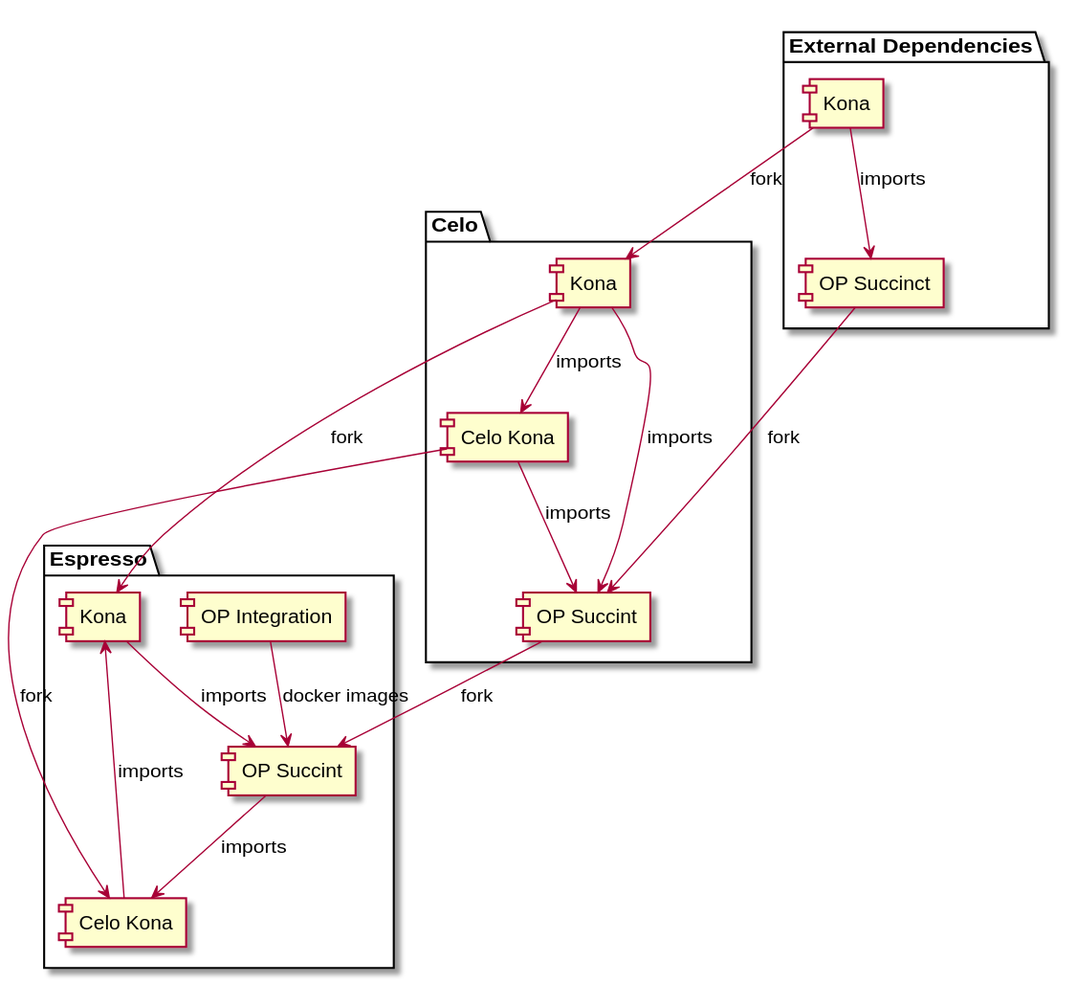
The PlantUML diagram docs/op-succint-repos.svg in EspressoSystems/optimism-espresso-integration, before a commit.
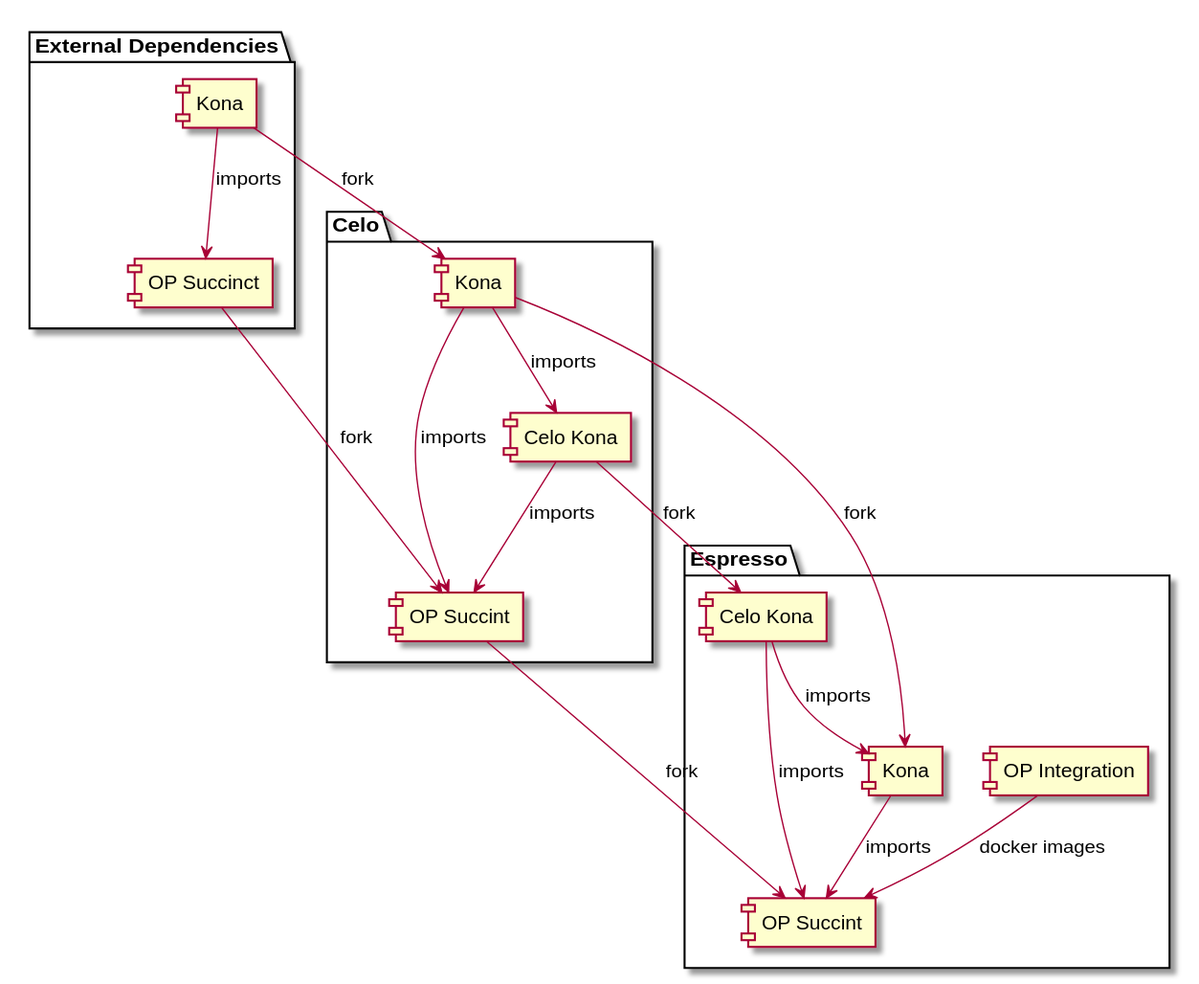
The same diagram one commit later.

Commit message:
More fixes dependencies graph.

What changed in the source:
```diff
@@ -19,10 +19,10 @@
 }
 
 
- KonaCelo--> CeloKonaCelo: imports
+KonaCelo--> CeloKonaCelo: imports
 
- CeloKonaCelo--> OPSuccintCelo : imports
- KonaExternal--> OPSuccintExternal : imports
+CeloKonaCelo--> OPSuccintCelo : imports
+KonaExternal--> OPSuccintExternal : imports
 KonaCelo  --> OPSuccintCelo: imports
 
 KonaExternal --> KonaCelo: fork
@@ -33,7 +33,7 @@
 
 OpIntegration --> OPSuccintEspresso : docker images
 CeloKonaEspresso  --> KonaEspresso: imports
-OPSuccintEspresso --> CeloKonaEspresso: imports
+CeloKonaEspresso  --> OPSuccintEspresso : imports
 KonaEspresso --> OPSuccintEspresso : imports
 
 
```
